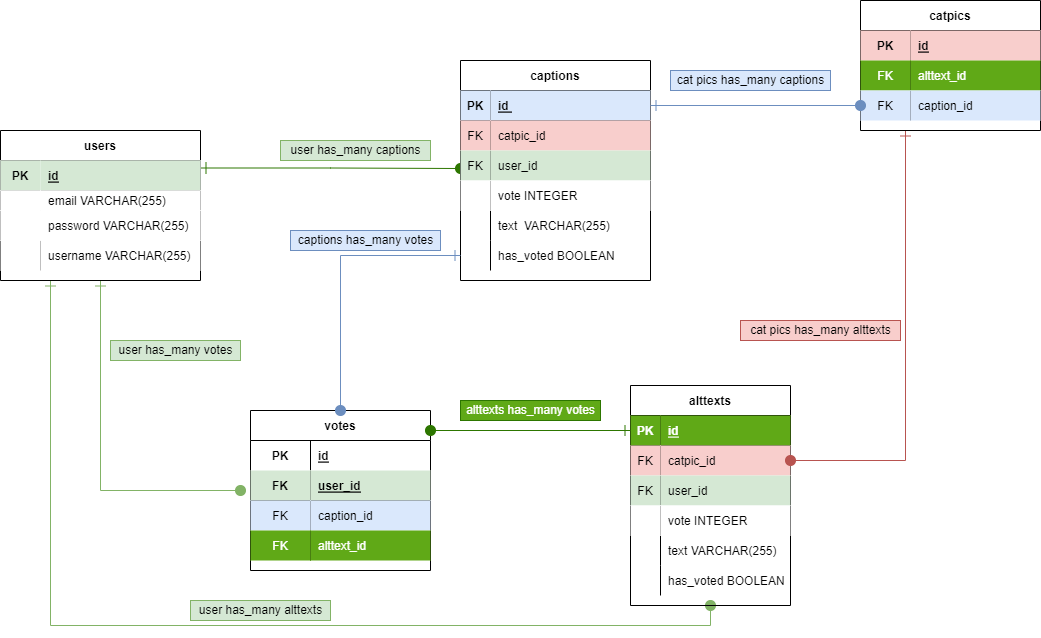
The draw.io diagram ERD.drawio.png in kokopuffz/Project2, before a commit. Source tidied: cells renumbered, new cells last; positions are measured from the earlier drawing's top-left corner, leaving out a move shared by most shapes.
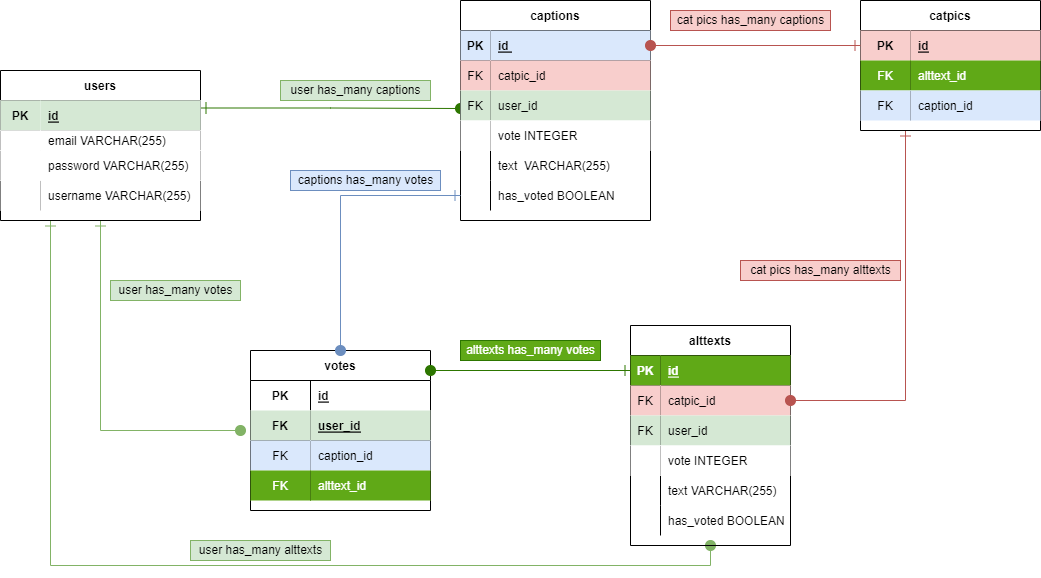
Above is the later version.

Change to the diagram source:
```diff
@@ -214,7 +214,7 @@
       <mxGeometry relative="1" as="geometry" />
     </mxCell>
     <mxCell id="70" value="catpics" style="shape=table;startSize=30;rowLines=0;fontStyle=1;align=center;fillColor=#FFFFFF;" parent="1" vertex="1">
-      <mxGeometry x="860" width="180" height="130" as="geometry" />
+      <mxGeometry x="860" y="60" width="180" height="130" as="geometry" />
     </mxCell>
     <mxCell id="71" style="shape=tableRow;horizontal=0;startSize=0;swimlaneHead=0;swimlaneBody=0;fillColor=none;points=[[0,0.5],[1,0.5]];portConstraint=eastwest;top=0;left=0;right=0;bottom=0;" parent="70" vertex="1">
       <mxGeometry y="30" width="180" height="30" as="geometry" />
@@ -246,12 +246,10 @@
     <mxCell id="80" value="user has_many captions" style="text;html=1;align=center;verticalAlign=middle;strokeColor=#82b366;fillColor=#d5e8d4;" parent="1" vertex="1">
       <mxGeometry x="280" y="140" width="150" height="20" as="geometry" />
     </mxCell>
-    <mxCell id="81" style="edgeStyle=orthogonalEdgeStyle;rounded=0;jettySize=auto;html=1;exitX=1;exitY=0.5;exitDx=0;exitDy=0;startArrow=ERone;startFill=0;endArrow=oval;endFill=1;startSize=9;endSize=10;strokeWidth=1;fillColor=#dae8fc;strokeColor=#6c8ebf;" parent="1" edge="1" source="19">
-      <mxGeometry relative="1" as="geometry">
-        <mxPoint x="860" y="105" as="targetPoint" />
-      </mxGeometry>
+    <mxCell id="81" style="edgeStyle=orthogonalEdgeStyle;rounded=0;jettySize=auto;html=1;startArrow=ERone;startFill=0;endArrow=oval;endFill=1;startSize=9;endSize=10;strokeWidth=1;fillColor=#f8cecc;strokeColor=#b85450;entryX=1;entryY=0.5;entryDx=0;entryDy=0;exitX=0;exitY=0.5;exitDx=0;exitDy=0;" parent="1" edge="1" source="71" target="19">
+      <mxGeometry relative="1" as="geometry" />
     </mxCell>
-    <mxCell id="82" value="cat pics has_many captions" style="text;html=1;align=center;verticalAlign=middle;strokeColor=#6c8ebf;fillColor=#dae8fc;" parent="1" vertex="1">
+    <mxCell id="82" value="cat pics has_many captions" style="text;html=1;align=center;verticalAlign=middle;strokeColor=#b85450;fillColor=#f8cecc;" parent="1" vertex="1">
       <mxGeometry x="670" y="70" width="160" height="20" as="geometry" />
     </mxCell>
     <mxCell id="83" value="user has_many votes" style="text;html=1;align=center;verticalAlign=middle;strokeColor=#82b366;fillColor=#d5e8d4;" parent="1" vertex="1">
```
